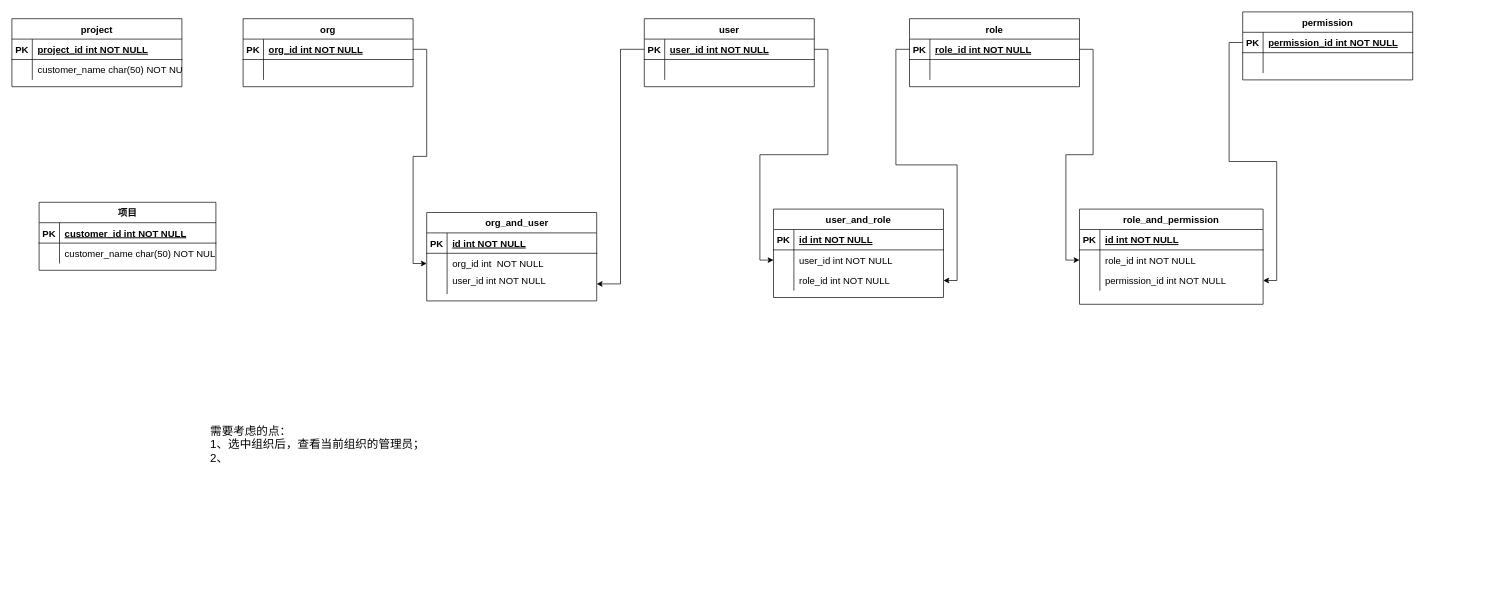
The draw.io diagram page "Page-1" (1 of 2) of Untitled Diagram.drawio in lvsj/ExtractFieldFrom1400Table, before the edit. Source tidied: cells renumbered, new cells numbered last; positions are measured from the earlier drawing's top-left corner, leaving out a move shared by most shapes. Both pictures are drawn from the tidied source at 68%, with x=0, y=0 at pixel (12, 12).
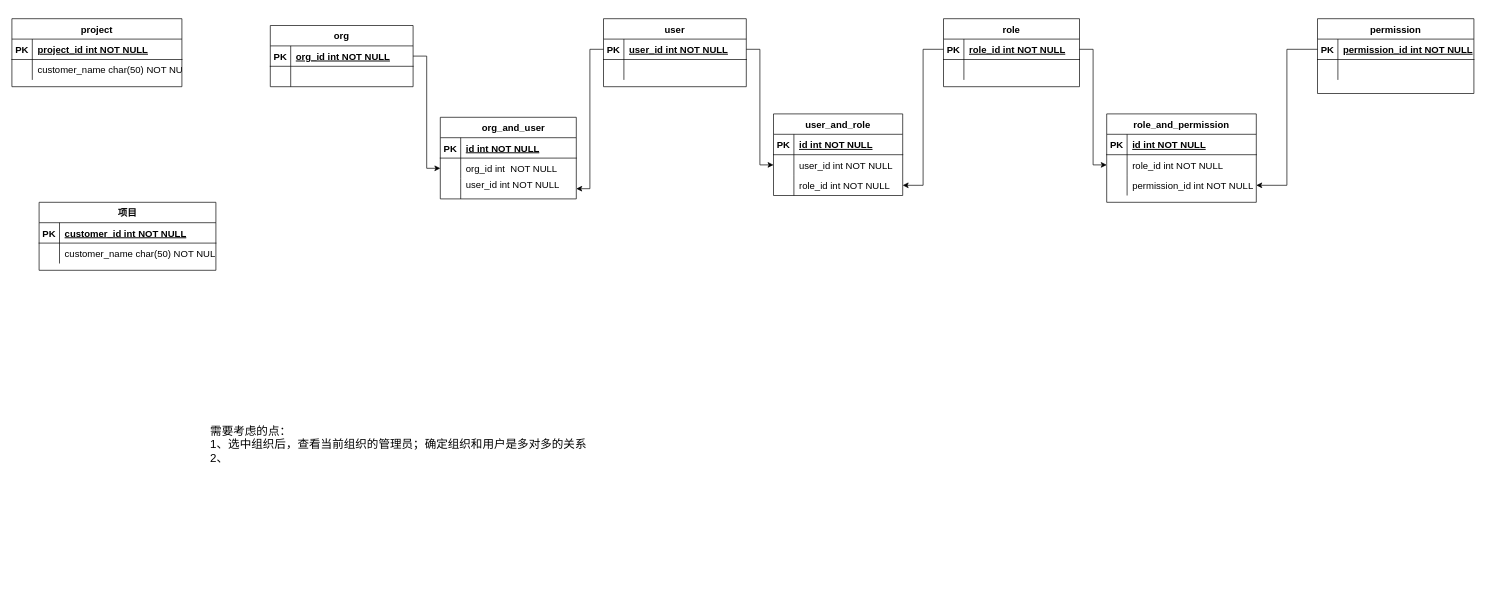
After the change.

The edit, as a diff of the source:
```diff
@@
     <mxCell id="2" value="role" style="shape=table;startSize=30;childLayout=tableLayout;rowLines=0;fontStyle=1;align=center;fontSize=14;" parent="1" vertex="1">
-      <mxGeometry x="1320" y="10" width="250" height="100" as="geometry" />
+      <mxGeometry x="1370" y="10" width="200" height="100" as="geometry" />
     </mxCell>
     <mxCell id="3" style="shape=partialRectangle;fillColor=none;points=[[0,0.5],[1,0.5]];portConstraint=eastwest;top=0;left=0;right=0;bottom=1;fontSize=14;" parent="2" vertex="1">
-      <mxGeometry y="30" width="250" height="30" as="geometry" />
+      <mxGeometry y="30" width="200" height="30" as="geometry" />
     </mxCell>
@@
     <mxCell id="5" value="role_id int NOT NULL " style="shape=partialRectangle;overflow=hidden;fillColor=none;top=0;left=0;bottom=0;right=0;align=left;spacingLeft=6;fontStyle=5;fontSize=14;" parent="3" vertex="1">
-      <mxGeometry x="30" width="220" height="30" as="geometry" />
+      <mxGeometry x="30" width="170" height="30" as="geometry" />
     </mxCell>
     <mxCell id="6" style="shape=partialRectangle;fillColor=none;top=0;left=0;right=0;bottom=0;fontSize=14;" parent="2" vertex="1">
-      <mxGeometry y="60" width="250" height="30" as="geometry" />
+      <mxGeometry y="60" width="200" height="30" as="geometry" />
     </mxCell>
@@
     <mxCell id="8" style="shape=partialRectangle;overflow=hidden;fillColor=none;top=0;left=0;bottom=0;right=0;align=left;spacingLeft=6;fontSize=14;" parent="6" vertex="1">
-      <mxGeometry x="30" width="220" height="30" as="geometry" />
+      <mxGeometry x="30" width="170" height="30" as="geometry" />
     </mxCell>
     <mxCell id="9" value="permission" style="shape=table;startSize=30;childLayout=tableLayout;rowLines=0;fontStyle=1;align=center;fontSize=14;" parent="1" vertex="1">
-      <mxGeometry x="1810" width="250" height="100" as="geometry" />
+      <mxGeometry x="1920" y="10" width="230" height="110" as="geometry" />
     </mxCell>
     <mxCell id="10" style="shape=partialRectangle;fillColor=none;points=[[0,0.5],[1,0.5]];portConstraint=eastwest;top=0;left=0;right=0;bottom=1;fontSize=14;" parent="9" vertex="1">
-      <mxGeometry y="30" width="250" height="30" as="geometry" />
+      <mxGeometry y="30" width="230" height="30" as="geometry" />
     </mxCell>
@@
     <mxCell id="12" value="permission_id int NOT NULL " style="shape=partialRectangle;overflow=hidden;fillColor=none;top=0;left=0;bottom=0;right=0;align=left;spacingLeft=6;fontStyle=5;fontSize=14;" parent="10" vertex="1">
-      <mxGeometry x="30" width="220" height="30" as="geometry" />
+      <mxGeometry x="30" width="200" height="30" as="geometry" />
     </mxCell>
     <mxCell id="13" style="shape=partialRectangle;fillColor=none;top=0;left=0;right=0;bottom=0;fontSize=14;" parent="9" vertex="1">
-      <mxGeometry y="60" width="250" height="30" as="geometry" />
+      <mxGeometry y="60" width="230" height="30" as="geometry" />
     </mxCell>
@@
     <mxCell id="15" style="shape=partialRectangle;overflow=hidden;fillColor=none;top=0;left=0;bottom=0;right=0;align=left;spacingLeft=6;fontSize=14;" parent="13" vertex="1">
-      <mxGeometry x="30" width="220" height="30" as="geometry" />
+      <mxGeometry x="30" width="200" height="30" as="geometry" />
     </mxCell>
@@
     <mxCell id="23" value="org" style="shape=table;startSize=30;childLayout=tableLayout;rowLines=0;fontStyle=1;align=center;fontSize=14;" parent="1" vertex="1">
-      <mxGeometry x="340" y="10" width="250" height="100" as="geometry" />
+      <mxGeometry x="380" y="20" width="210" height="90" as="geometry" />
     </mxCell>
     <mxCell id="24" style="shape=partialRectangle;fillColor=none;points=[[0,0.5],[1,0.5]];portConstraint=eastwest;top=0;left=0;right=0;bottom=1;fontSize=14;" parent="23" vertex="1">
-      <mxGeometry y="30" width="250" height="30" as="geometry" />
+      <mxGeometry y="30" width="210" height="30" as="geometry" />
     </mxCell>
@@
     <mxCell id="26" value="org_id int NOT NULL " style="shape=partialRectangle;overflow=hidden;fillColor=none;top=0;left=0;bottom=0;right=0;align=left;spacingLeft=6;fontStyle=5;fontSize=14;" parent="24" vertex="1">
-      <mxGeometry x="30" width="220" height="30" as="geometry" />
+      <mxGeometry x="30" width="180" height="30" as="geometry" />
     </mxCell>
     <mxCell id="27" style="shape=partialRectangle;fillColor=none;top=0;left=0;right=0;bottom=0;fontSize=14;" parent="23" vertex="1">
-      <mxGeometry y="60" width="250" height="30" as="geometry" />
+      <mxGeometry y="60" width="210" height="30" as="geometry" />
     </mxCell>
@@
     <mxCell id="29" style="shape=partialRectangle;overflow=hidden;fillColor=none;top=0;left=0;bottom=0;right=0;align=left;spacingLeft=6;fontSize=14;" parent="27" vertex="1">
-      <mxGeometry x="30" width="220" height="30" as="geometry" />
+      <mxGeometry x="30" width="180" height="30" as="geometry" />
     </mxCell>
     <mxCell id="30" value="user" style="shape=table;startSize=30;childLayout=tableLayout;rowLines=0;fontStyle=1;align=center;fontSize=14;" parent="1" vertex="1">
-      <mxGeometry x="930" y="10" width="250" height="100" as="geometry" />
+      <mxGeometry x="870" y="10" width="210" height="100" as="geometry" />
     </mxCell>
     <mxCell id="31" style="shape=partialRectangle;fillColor=none;points=[[0,0.5],[1,0.5]];portConstraint=eastwest;top=0;left=0;right=0;bottom=1;fontSize=14;" parent="30" vertex="1">
-      <mxGeometry y="30" width="250" height="30" as="geometry" />
+      <mxGeometry y="30" width="210" height="30" as="geometry" />
     </mxCell>
@@
     <mxCell id="33" value="user_id int NOT NULL " style="shape=partialRectangle;overflow=hidden;fillColor=none;top=0;left=0;bottom=0;right=0;align=left;spacingLeft=6;fontStyle=5;fontSize=14;" parent="31" vertex="1">
-      <mxGeometry x="30" width="220" height="30" as="geometry" />
+      <mxGeometry x="30" width="180" height="30" as="geometry" />
     </mxCell>
     <mxCell id="34" style="shape=partialRectangle;fillColor=none;top=0;left=0;right=0;bottom=0;fontSize=14;" parent="30" vertex="1">
-      <mxGeometry y="60" width="250" height="30" as="geometry" />
+      <mxGeometry y="60" width="210" height="30" as="geometry" />
     </mxCell>
@@
     <mxCell id="36" style="shape=partialRectangle;overflow=hidden;fillColor=none;top=0;left=0;bottom=0;right=0;align=left;spacingLeft=6;fontSize=14;" parent="34" vertex="1">
-      <mxGeometry x="30" width="220" height="30" as="geometry" />
+      <mxGeometry x="30" width="180" height="30" as="geometry" />
     </mxCell>
@@
     <mxCell id="44" value="    org_and_user" style="shape=table;startSize=30;childLayout=tableLayout;rowLines=0;fontStyle=1;align=center;fontSize=14;" parent="1" vertex="1">
-      <mxGeometry x="610" y="295" width="250" height="130" as="geometry" />
+      <mxGeometry x="630" y="155" width="200" height="120" as="geometry" />
     </mxCell>
     <mxCell id="45" style="shape=partialRectangle;fillColor=none;top=0;left=0;right=0;bottom=1;fontSize=14;" parent="44" vertex="1">
-      <mxGeometry y="30" width="250" height="30" as="geometry" />
+      <mxGeometry y="30" width="200" height="30" as="geometry" />
     </mxCell>
@@
     <mxCell id="47" value="id int NOT NULL " style="shape=partialRectangle;overflow=hidden;fillColor=none;top=0;left=0;bottom=0;right=0;align=left;spacingLeft=6;fontStyle=5;fontSize=14;" parent="45" vertex="1">
-      <mxGeometry x="30" width="220" height="30" as="geometry" />
+      <mxGeometry x="30" width="170" height="30" as="geometry" />
     </mxCell>
     <mxCell id="48" style="shape=partialRectangle;fillColor=none;points=[[0,0.5],[1,0.5]];portConstraint=eastwest;top=0;left=0;right=0;bottom=0;fontSize=14;" parent="44" vertex="1">
-      <mxGeometry y="60" width="250" height="30" as="geometry" />
+      <mxGeometry y="60" width="200" height="30" as="geometry" />
     </mxCell>
@@
     <mxCell id="50" value="org_id int  NOT NULL" style="shape=partialRectangle;overflow=hidden;fillColor=none;top=0;left=0;bottom=0;right=0;align=left;spacingLeft=6;fontSize=14;" parent="48" vertex="1">
-      <mxGeometry x="30" width="220" height="30" as="geometry" />
+      <mxGeometry x="30" width="170" height="30" as="geometry" />
     </mxCell>
     <mxCell id="51" style="shape=tableRow;horizontal=0;startSize=0;swimlaneHead=0;swimlaneBody=0;fillColor=none;points=[[0,0.5],[1,0.5]];portConstraint=eastwest;top=0;left=0;right=0;bottom=0;fontSize=14;" parent="44" vertex="1">
-      <mxGeometry y="90" width="250" height="30" as="geometry" />
+      <mxGeometry y="90" width="200" height="30" as="geometry" />
     </mxCell>
@@
     <mxCell id="53" value="user_id int NOT NULL&#10;" style="shape=partialRectangle;fillColor=none;top=0;left=0;bottom=0;right=0;align=left;spacingLeft=6;overflow=hidden;fontSize=14;" parent="51" vertex="1">
-      <mxGeometry x="30" width="220" height="30" as="geometry" />
+      <mxGeometry x="30" width="170" height="30" as="geometry" />
     </mxCell>
     <mxCell id="54" value="user_and_role" style="shape=table;startSize=30;childLayout=tableLayout;rowLines=0;fontStyle=1;align=center;fontSize=14;" parent="1" vertex="1">
-      <mxGeometry x="1120" y="290" width="250" height="130" as="geometry" />
+      <mxGeometry x="1120" y="150" width="190" height="120" as="geometry" />
     </mxCell>
     <mxCell id="55" style="shape=partialRectangle;fillColor=none;top=0;left=0;right=0;bottom=1;fontSize=14;" parent="54" vertex="1">
-      <mxGeometry y="30" width="250" height="30" as="geometry" />
+      <mxGeometry y="30" width="190" height="30" as="geometry" />
     </mxCell>
@@
     <mxCell id="57" value="id int NOT NULL" style="shape=partialRectangle;overflow=hidden;fillColor=none;top=0;left=0;bottom=0;right=0;align=left;spacingLeft=6;fontStyle=5;fontSize=14;" parent="55" vertex="1">
-      <mxGeometry x="30" width="220" height="30" as="geometry" />
+      <mxGeometry x="30" width="160" height="30" as="geometry" />
     </mxCell>
     <mxCell id="58" style="shape=partialRectangle;fillColor=none;points=[[0,0.5],[1,0.5]];portConstraint=eastwest;top=0;left=0;right=0;bottom=0;fontSize=14;" parent="54" vertex="1">
-      <mxGeometry y="60" width="250" height="30" as="geometry" />
+      <mxGeometry y="60" width="190" height="30" as="geometry" />
     </mxCell>
@@
     <mxCell id="60" value="user_id int NOT NULL" style="shape=partialRectangle;overflow=hidden;fillColor=none;top=0;left=0;bottom=0;right=0;align=left;spacingLeft=6;fontSize=14;" parent="58" vertex="1">
-      <mxGeometry x="30" width="220" height="30" as="geometry" />
+      <mxGeometry x="30" width="160" height="30" as="geometry" />
     </mxCell>
     <mxCell id="61" style="shape=tableRow;horizontal=0;startSize=0;swimlaneHead=0;swimlaneBody=0;fillColor=none;points=[[0,0.5],[1,0.5]];portConstraint=eastwest;top=0;left=0;right=0;bottom=0;fontSize=14;" parent="54" vertex="1">
-      <mxGeometry y="90" width="250" height="30" as="geometry" />
+      <mxGeometry y="90" width="190" height="30" as="geometry" />
     </mxCell>
@@
     <mxCell id="63" value="role_id int NOT NULL" style="shape=partialRectangle;fillColor=none;top=0;left=0;bottom=0;right=0;align=left;spacingLeft=6;overflow=hidden;fontSize=14;" parent="61" vertex="1">
-      <mxGeometry x="30" width="220" height="30" as="geometry" />
+      <mxGeometry x="30" width="160" height="30" as="geometry" />
     </mxCell>
     <mxCell id="64" value="role_and_permission" style="shape=table;startSize=30;childLayout=tableLayout;rowLines=0;fontStyle=1;align=center;fontSize=14;" parent="1" vertex="1">
-      <mxGeometry x="1570" y="290" width="270" height="140" as="geometry" />
+      <mxGeometry x="1610" y="150" width="220" height="130" as="geometry" />
     </mxCell>
     <mxCell id="65" style="shape=partialRectangle;fillColor=none;top=0;left=0;right=0;bottom=1;fontSize=14;" parent="64" vertex="1">
-      <mxGeometry y="30" width="270" height="30" as="geometry" />
+      <mxGeometry y="30" width="220" height="30" as="geometry" />
     </mxCell>
@@
     <mxCell id="67" value="id int NOT NULL " style="shape=partialRectangle;overflow=hidden;fillColor=none;top=0;left=0;bottom=0;right=0;align=left;spacingLeft=6;fontStyle=5;fontSize=14;" parent="65" vertex="1">
-      <mxGeometry x="30" width="240" height="30" as="geometry" />
+      <mxGeometry x="30" width="190" height="30" as="geometry" />
     </mxCell>
     <mxCell id="68" style="shape=partialRectangle;fillColor=none;points=[[0,0.5],[1,0.5]];portConstraint=eastwest;top=0;left=0;right=0;bottom=0;fontSize=14;" parent="64" vertex="1">
-      <mxGeometry y="60" width="270" height="30" as="geometry" />
+      <mxGeometry y="60" width="220" height="30" as="geometry" />
     </mxCell>
@@
     <mxCell id="70" value="role_id int NOT NULL" style="shape=partialRectangle;overflow=hidden;fillColor=none;top=0;left=0;bottom=0;right=0;align=left;spacingLeft=6;fontSize=14;" parent="68" vertex="1">
-      <mxGeometry x="30" width="240" height="30" as="geometry" />
+      <mxGeometry x="30" width="190" height="30" as="geometry" />
     </mxCell>
     <mxCell id="71" style="shape=tableRow;horizontal=0;startSize=0;swimlaneHead=0;swimlaneBody=0;fillColor=none;points=[[0,0.5],[1,0.5]];portConstraint=eastwest;top=0;left=0;right=0;bottom=0;fontSize=14;" parent="64" vertex="1">
-      <mxGeometry y="90" width="270" height="30" as="geometry" />
+      <mxGeometry y="90" width="220" height="30" as="geometry" />
     </mxCell>
@@
     <mxCell id="73" value="permission_id int NOT NULL" style="shape=partialRectangle;fillColor=none;top=0;left=0;bottom=0;right=0;align=left;spacingLeft=6;overflow=hidden;fontSize=14;" parent="71" vertex="1">
-      <mxGeometry x="30" width="240" height="30" as="geometry" />
+      <mxGeometry x="30" width="190" height="30" as="geometry" />
     </mxCell>
@@
-    <mxCell id="78" value="&lt;div class=&quot;mind-clipboard&quot; style=&quot;font-size: 17px;&quot;&gt;需要考虑的点：&lt;div style=&quot;font-size: 17px;&quot;&gt;1、选中组织后，查看当前组织的管理员；&lt;/div&gt;&lt;div style=&quot;font-size: 17px;&quot;&gt;2、&lt;br style=&quot;font-size: 17px;&quot;&gt;&lt;div style=&quot;font-size: 17px;&quot;&gt;&lt;br style=&quot;font-size: 17px;&quot;&gt;&lt;/div&gt;&lt;/div&gt;&lt;/div&gt;" style="text;html=1;strokeColor=none;fillColor=none;align=left;verticalAlign=top;whiteSpace=wrap;rounded=0;fontSize=17;" parent="1" vertex="1">
+    <mxCell id="78" value="&lt;div class=&quot;mind-clipboard&quot; style=&quot;font-size: 17px;&quot;&gt;需要考虑的点：&lt;div style=&quot;font-size: 17px;&quot;&gt;1、选中组织后，查看当前组织的管理员；确定组织和用户是多对多的关系&lt;/div&gt;&lt;div style=&quot;font-size: 17px;&quot;&gt;2、&lt;br style=&quot;font-size: 17px;&quot;&gt;&lt;div style=&quot;font-size: 17px;&quot;&gt;&lt;br style=&quot;font-size: 17px;&quot;&gt;&lt;/div&gt;&lt;/div&gt;&lt;/div&gt;" style="text;html=1;strokeColor=none;fillColor=none;align=left;verticalAlign=top;whiteSpace=wrap;rounded=0;fontSize=17;" parent="1" vertex="1">
       <mxGeometry x="290" y="600" width="650" height="270" as="geometry" />
     </mxCell>
```
